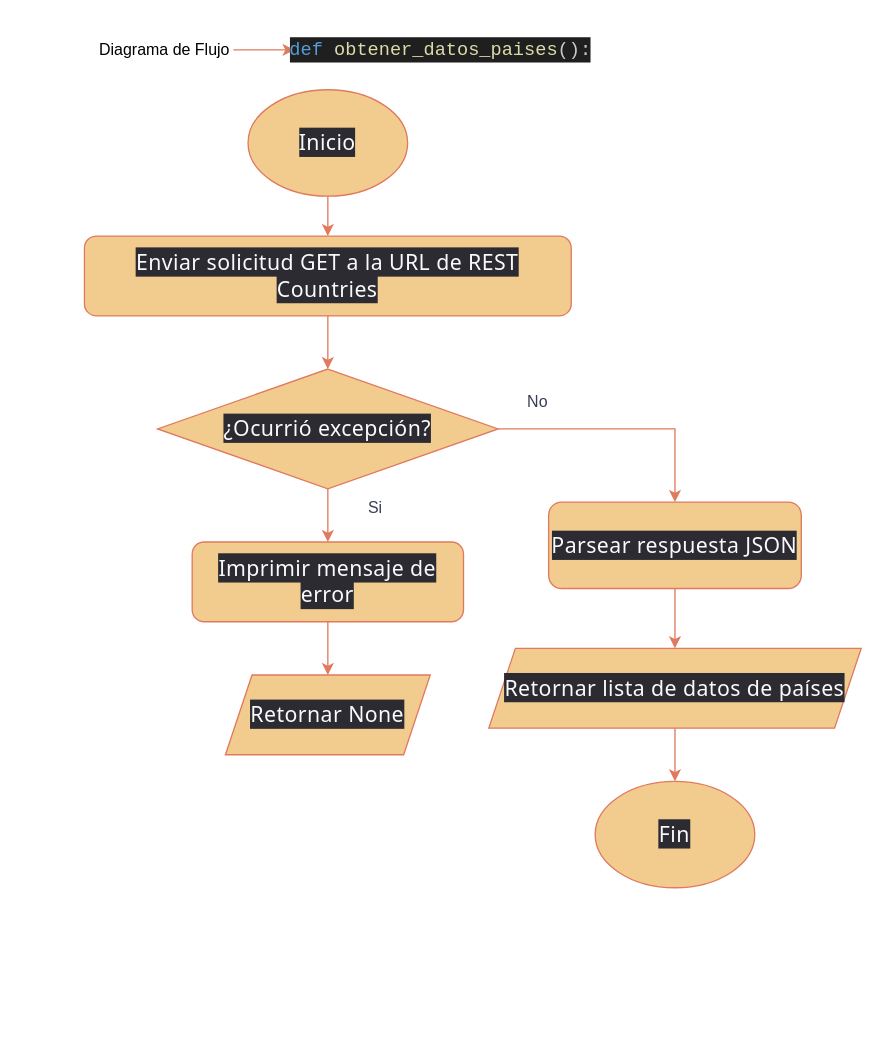
Before: Diagrama.drawio in uanlCDMR-gif/PIA_G2, a draw.io diagram. Source tidied: cells renumbered, new cells numbered last; positions are measured from the earlier drawing's top-left corner, leaving out a move shared by most shapes. Both pictures are drawn from the tidied source at 133%, with x=0, y=0 at pixel (84, 23).
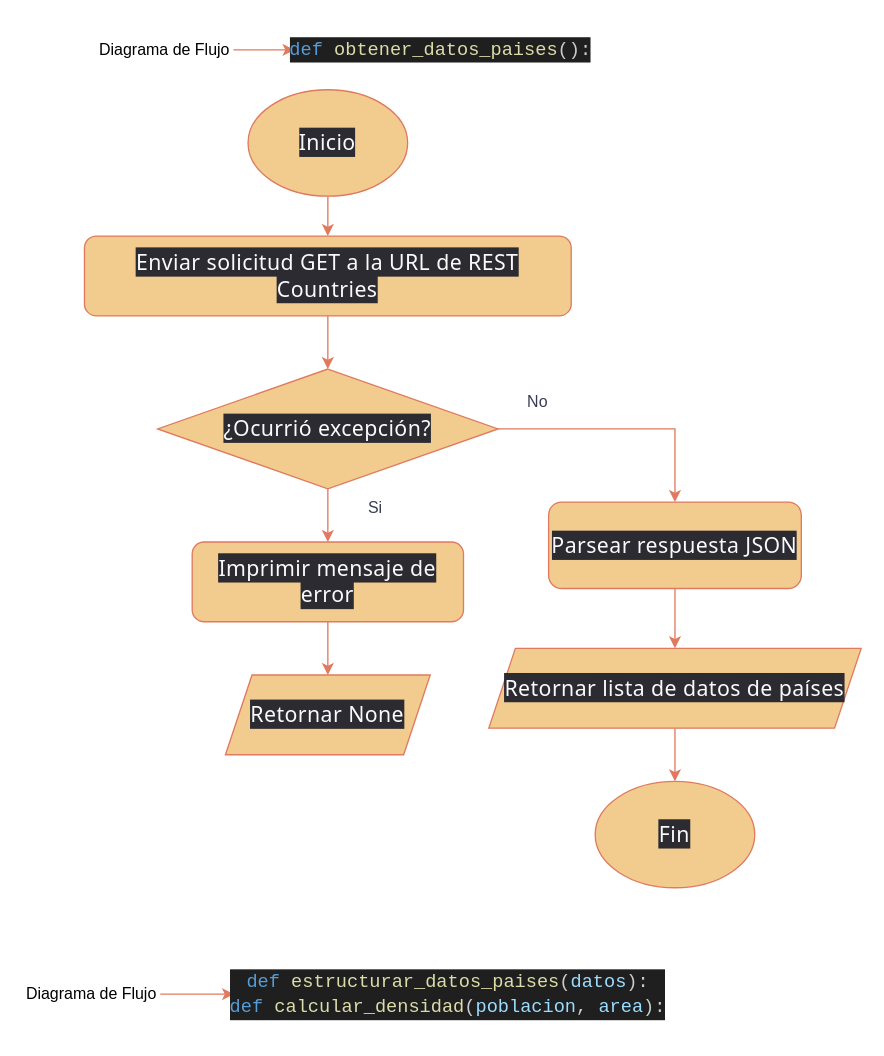
The same page after the edit.

What changed in the source:
```diff
@@
+    <mxCell id="22" style="edgeStyle=orthogonalEdgeStyle;rounded=0;jettySize=auto;html=1;strokeColor=#E07A5F;fontColor=#393C56;fillColor=#F2CC8F;" parent="1" edge="1" source="23" target="24">
+      <mxGeometry relative="1" as="geometry" />
+    </mxCell>
+    <mxCell id="23" value="&lt;font style=&quot;color: light-dark(rgb(0, 0, 0), rgb(205, 162, 190));&quot;&gt;Diagrama de Flujo&lt;/font&gt;" style="text;html=1;align=center;verticalAlign=middle;whiteSpace=wrap;rounded=0;fontColor=#393C56;" parent="1" vertex="1">
+      <mxGeometry x="-46" y="715" width="103" height="30" as="geometry" />
+    </mxCell>
+    <mxCell id="24" value="&lt;div style=&quot;color: rgb(204, 204, 204); background-color: rgb(31, 31, 31); font-family: Consolas, &amp;quot;Courier New&amp;quot;, monospace; font-size: 14px; line-height: 19px; white-space: pre;&quot;&gt;&lt;div style=&quot;color: rgb(204, 204, 204); background-color: rgb(31, 31, 31); line-height: 19px;&quot;&gt;&lt;span style=&quot;color: rgb(86, 156, 214);&quot;&gt;def&lt;/span&gt; &lt;span style=&quot;color: rgb(220, 220, 170);&quot;&gt;estructurar_datos_paises&lt;/span&gt;(&lt;span style=&quot;color: rgb(156, 220, 254);&quot;&gt;datos&lt;/span&gt;):&lt;/div&gt;&lt;div style=&quot;color: rgb(204, 204, 204); background-color: rgb(31, 31, 31); line-height: 19px;&quot;&gt;&lt;span style=&quot;color: rgb(86, 156, 214);&quot;&gt;def&lt;/span&gt;&lt;span style=&quot;background-color: rgb(31, 31, 31); color: rgb(204, 204, 204);&quot;&gt; &lt;/span&gt;&lt;span style=&quot;color: rgb(220, 220, 170);&quot;&gt;calcular_densidad&lt;/span&gt;&lt;span style=&quot;background-color: rgb(31, 31, 31); color: rgb(204, 204, 204);&quot;&gt;(&lt;/span&gt;&lt;span style=&quot;color: rgb(156, 220, 254);&quot;&gt;poblacion&lt;/span&gt;&lt;span style=&quot;background-color: rgb(31, 31, 31); color: rgb(204, 204, 204);&quot;&gt;, &lt;/span&gt;&lt;span style=&quot;color: rgb(156, 220, 254);&quot;&gt;area&lt;/span&gt;&lt;span style=&quot;background-color: rgb(31, 31, 31); color: rgb(204, 204, 204);&quot;&gt;):&lt;/span&gt;&lt;/div&gt;&lt;/div&gt;" style="text;html=1;align=center;verticalAlign=middle;whiteSpace=wrap;rounded=0;fontColor=#393C56;" parent="1" vertex="1">
+      <mxGeometry x="112.5" y="700" width="321" height="60" as="geometry" />
+    </mxCell>
```
